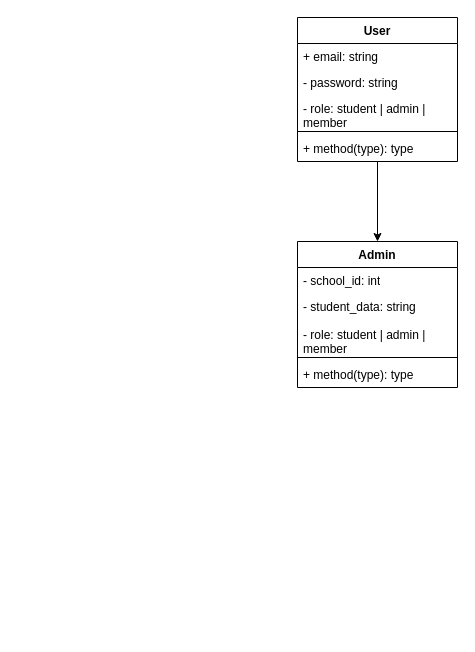
The draw.io diagram ClearAppUML.drawio in Reneboa-ITS/diagrams, before the edit. Source tidied: cells renumbered, new cells numbered last; positions are measured from the earlier drawing's top-left corner, leaving out a move shared by most shapes. Both pictures are drawn from the tidied source at 100%, with x=0, y=0 at pixel (297, 17).
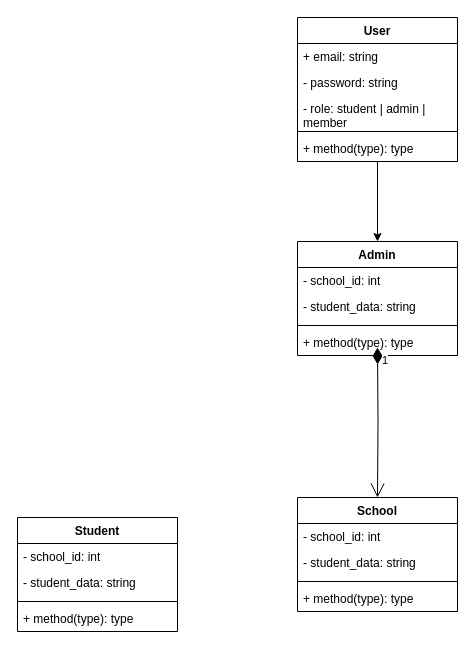
After the change.

The edit, as a diff of the source:
```diff
@@
     <mxCell id="9" value="Admin" style="swimlane;fontStyle=1;align=center;verticalAlign=top;horizontal=1;startSize=26;whiteSpace=wrap;html=1;" parent="1" vertex="1">
-      <mxGeometry y="224" width="160" height="146" as="geometry" />
+      <mxGeometry y="224" width="160" height="114" as="geometry" />
     </mxCell>
@@
-    <mxCell id="12" value="- role: student | admin |&amp;nbsp; member" style="text;strokeColor=none;fillColor=none;align=left;verticalAlign=top;spacingLeft=4;spacingRight=4;overflow=hidden;whiteSpace=wrap;html=1;" parent="9" vertex="1">
-      <mxGeometry y="80" width="160" height="32" as="geometry" />
-    </mxCell>
     <mxCell id="13" style="line;strokeWidth=1;fillColor=none;align=left;verticalAlign=middle;spacingTop=-1;spacingLeft=3;spacingRight=3;labelPosition=right;strokeColor=inherit;" parent="9" vertex="1">
-      <mxGeometry y="112" width="160" height="8" as="geometry" />
+      <mxGeometry y="80" width="160" height="8" as="geometry" />
     </mxCell>
     <mxCell id="14" value="+ method(type): type" style="text;strokeColor=none;fillColor=none;align=left;verticalAlign=top;spacingLeft=4;spacingRight=4;overflow=hidden;whiteSpace=wrap;html=1;" parent="9" vertex="1">
-      <mxGeometry y="120" width="160" height="26" as="geometry" />
+      <mxGeometry y="88" width="160" height="26" as="geometry" />
     </mxCell>
+    <mxCell id="15" value="Student" style="swimlane;fontStyle=1;align=center;verticalAlign=top;horizontal=1;startSize=26;whiteSpace=wrap;html=1;" parent="1" vertex="1">
+      <mxGeometry x="-280" y="500" width="160" height="114" as="geometry" />
+    </mxCell>
+    <mxCell id="16" value="- school_id: int" style="text;strokeColor=none;fillColor=none;align=left;verticalAlign=top;spacingLeft=4;spacingRight=4;overflow=hidden;whiteSpace=wrap;html=1;" parent="15" vertex="1">
+      <mxGeometry y="26" width="160" height="26" as="geometry" />
+    </mxCell>
+    <mxCell id="17" value="- student_data: string&lt;div&gt;&lt;br&gt;&lt;/div&gt;" style="text;strokeColor=none;fillColor=none;align=left;verticalAlign=top;spacingLeft=4;spacingRight=4;overflow=hidden;whiteSpace=wrap;html=1;" parent="15" vertex="1">
+      <mxGeometry y="52" width="160" height="28" as="geometry" />
+    </mxCell>
+    <mxCell id="18" style="line;strokeWidth=1;fillColor=none;align=left;verticalAlign=middle;spacingTop=-1;spacingLeft=3;spacingRight=3;labelPosition=right;strokeColor=inherit;" parent="15" vertex="1">
+      <mxGeometry y="80" width="160" height="8" as="geometry" />
+    </mxCell>
+    <mxCell id="19" value="+ method(type): type" style="text;strokeColor=none;fillColor=none;align=left;verticalAlign=top;spacingLeft=4;spacingRight=4;overflow=hidden;whiteSpace=wrap;html=1;" parent="15" vertex="1">
+      <mxGeometry y="88" width="160" height="26" as="geometry" />
+    </mxCell>
+    <mxCell id="20" value="School&lt;div&gt;&lt;br&gt;&lt;/div&gt;" style="swimlane;fontStyle=1;align=center;verticalAlign=top;horizontal=1;startSize=26;whiteSpace=wrap;html=1;" parent="1" vertex="1">
+      <mxGeometry y="480" width="160" height="114" as="geometry" />
+    </mxCell>
+    <mxCell id="21" value="- school_id: int" style="text;strokeColor=none;fillColor=none;align=left;verticalAlign=top;spacingLeft=4;spacingRight=4;overflow=hidden;whiteSpace=wrap;html=1;" parent="20" vertex="1">
+      <mxGeometry y="26" width="160" height="26" as="geometry" />
+    </mxCell>
+    <mxCell id="22" value="- student_data: string&lt;div&gt;&lt;br&gt;&lt;/div&gt;" style="text;strokeColor=none;fillColor=none;align=left;verticalAlign=top;spacingLeft=4;spacingRight=4;overflow=hidden;whiteSpace=wrap;html=1;" parent="20" vertex="1">
+      <mxGeometry y="52" width="160" height="28" as="geometry" />
+    </mxCell>
+    <mxCell id="23" style="line;strokeWidth=1;fillColor=none;align=left;verticalAlign=middle;spacingTop=-1;spacingLeft=3;spacingRight=3;labelPosition=right;strokeColor=inherit;" parent="20" vertex="1">
+      <mxGeometry y="80" width="160" height="8" as="geometry" />
+    </mxCell>
+    <mxCell id="24" value="+ method(type): type" style="text;strokeColor=none;fillColor=none;align=left;verticalAlign=top;spacingLeft=4;spacingRight=4;overflow=hidden;whiteSpace=wrap;html=1;" parent="20" vertex="1">
+      <mxGeometry y="88" width="160" height="26" as="geometry" />
+    </mxCell>
+    <mxCell id="25" value="1" style="endArrow=open;html=1;endSize=12;startArrow=diamondThin;startSize=14;startFill=1;edgeStyle=orthogonalEdgeStyle;align=left;verticalAlign=top;rounded=0;horizontal=1;entryX=0.5;entryY=0;entryDx=0;entryDy=0;" parent="1" edge="1" target="20">
+      <mxGeometry x="-1" y="3" relative="1" as="geometry">
+        <mxPoint x="80" y="330" as="sourcePoint" />
+      </mxGeometry>
+    </mxCell>
```
